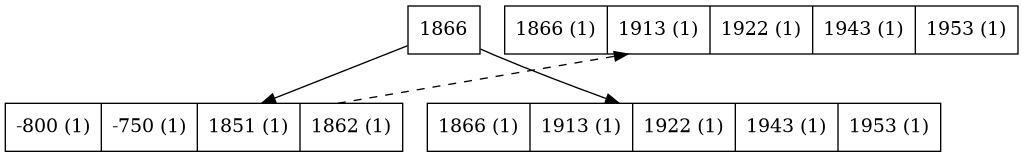
The Graphviz diagram arbolAnio.png in JgabrielH1007/BibliotecaMagicaEDD, before a commit. Its source is kept beside it as arbolAnio.dot.
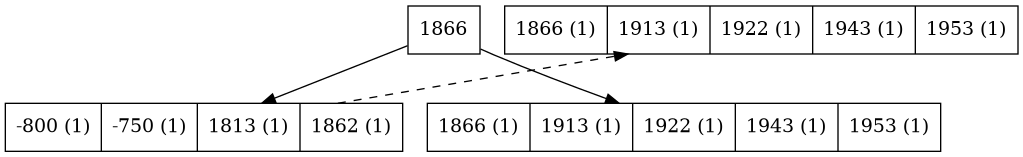
The same file after the commit.

The edit, as a diff of the source:
```diff
@@ -1,7 +1,7 @@
 digraph G {
   node [shape=record];
   node0 [label="1866", shape=record];
-  node1 [label="-800 (1) | -750 (1) | 1851 (1) | 1862 (1)", shape=record];
+  node1 [label="-800 (1) | -750 (1) | 1813 (1) | 1862 (1)", shape=record];
   node2 [label="1866 (1) | 1913 (1) | 1922 (1) | 1943 (1) | 1953 (1)", shape=record];
   node1 -> node2 [style=dashed, constraint=false];
   node0 -> node1;
```
